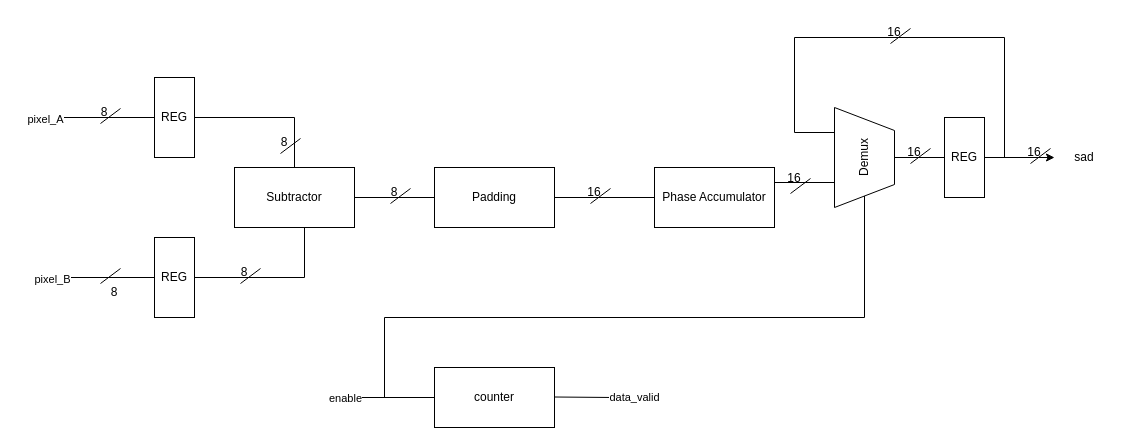
Before: img/Model.drawio in gaiaanastasi/SAD-Image-Calculation, a draw.io diagram. Source tidied: cells renumbered, new cells numbered last; positions are measured from the earlier drawing's top-left corner, leaving out a move shared by most shapes. Both pictures are drawn from the tidied source at 100%, with x=0, y=0 at pixel (34, 17).
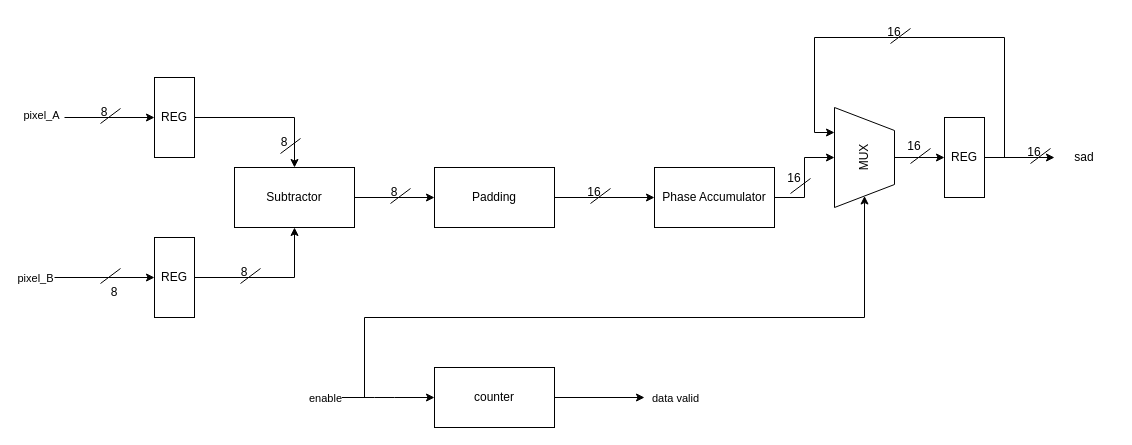
The same diagram, later.

Unchanged cells that the change refers to:
```xml
<mxCell id="4" value="REG" style="rounded=0;whiteSpace=wrap;html=1;" parent="1" vertex="1">
  <mxGeometry x="120" y="60" width="40" height="80" as="geometry" />
</mxCell>
<mxCell id="7" value="REG" style="rounded=0;whiteSpace=wrap;html=1;" parent="1" vertex="1">
  <mxGeometry x="120" y="220" width="40" height="80" as="geometry" />
</mxCell>
<mxCell id="9" value="Subtractor" style="rounded=0;whiteSpace=wrap;html=1;" parent="1" vertex="1">
  <mxGeometry x="200" y="150" width="120" height="60" as="geometry" />
</mxCell>
<mxCell id="11" value="Phase Accumulator" style="rounded=0;whiteSpace=wrap;html=1;" parent="1" vertex="1">
  <mxGeometry x="620" y="150" width="120" height="60" as="geometry" />
</mxCell>
<mxCell id="15" value="REG" style="rounded=0;whiteSpace=wrap;html=1;" parent="1" vertex="1">
  <mxGeometry x="910" y="100" width="40" height="80" as="geometry" />
</mxCell>
<mxCell id="26" value="Padding" style="rounded=0;whiteSpace=wrap;html=1;" parent="1" vertex="1">
  <mxGeometry x="400" y="150" width="120" height="60" as="geometry" />
</mxCell>
<mxCell id="38" value="16" style="text;html=1;strokeColor=none;fillColor=none;align=center;verticalAlign=middle;whiteSpace=wrap;rounded=0;" parent="1" vertex="1">
  <mxGeometry x="970" y="120" width="60" height="30" as="geometry" />
</mxCell>
```

What changed in the source:
```diff
@@
-    <mxCell id="2" style="endArrow=none;html=1;rounded=0;" parent="1" edge="1">
-      <mxGeometry relative="1" as="geometry">
-        <mxPoint y="100" as="sourcePoint" />
-        <mxPoint x="120" y="100" as="targetPoint" />
-      </mxGeometry>
-    </mxCell>
-    <mxCell id="3" value="pixel_A" style="edgeLabel;html=1;align=center;verticalAlign=middle;" parent="2" vertex="1">
-      <mxGeometry x="-0.83" y="-1" relative="1" as="geometry" />
-    </mxCell>
+    <mxCell id="46" style="edgeStyle=orthogonalEdgeStyle;rounded=0;jettySize=auto;html=1;entryX=0.5;entryY=0;entryDx=0;entryDy=0;" parent="1" edge="1" source="4" target="9">
+      <mxGeometry relative="1" as="geometry" />
+    </mxCell>
@@
-    <mxCell id="5" style="endArrow=none;html=1;rounded=0;" parent="1" edge="1">
-      <mxGeometry relative="1" as="geometry">
-        <mxPoint y="260" as="sourcePoint" />
-        <mxPoint x="120" y="260" as="targetPoint" />
-      </mxGeometry>
-    </mxCell>
-    <mxCell id="6" value="pixel_B" style="edgeLabel;html=1;align=center;verticalAlign=middle;" parent="5" vertex="1">
-      <mxGeometry x="-0.72" y="-1" relative="1" as="geometry" />
-    </mxCell>
+    <mxCell id="8" style="edgeStyle=orthogonalEdgeStyle;rounded=0;jettySize=auto;html=1;exitX=1;exitY=0.5;exitDx=0;exitDy=0;entryX=0.5;entryY=1;entryDx=0;entryDy=0;" parent="1" edge="1" source="7" target="9">
+      <mxGeometry relative="1" as="geometry" />
+    </mxCell>
@@
-    <mxCell id="8" style="endArrow=none;html=1;rounded=0;exitX=1;exitY=0.5;exitDx=0;exitDy=0;entryX=0.583;entryY=1;entryDx=0;entryDy=0;entryPerimeter=0;" parent="1" edge="1" source="7" target="9">
-      <mxGeometry relative="1" as="geometry">
-        <Array as="points">
-          <mxPoint x="270" y="260" />
-          <mxPoint x="270" y="210" />
-        </Array>
-      </mxGeometry>
-    </mxCell>
+    <mxCell id="47" style="edgeStyle=orthogonalEdgeStyle;rounded=0;jettySize=auto;html=1;exitX=1;exitY=0.5;exitDx=0;exitDy=0;entryX=0;entryY=0.5;entryDx=0;entryDy=0;" parent="1" edge="1" source="9" target="26">
+      <mxGeometry relative="1" as="geometry" />
+    </mxCell>
@@
-    <mxCell id="10" style="endArrow=none;html=1;rounded=0;exitX=1;exitY=0.5;exitDx=0;exitDy=0;entryX=0;entryY=0.5;entryDx=0;entryDy=0;" parent="1" edge="1" source="9" target="11">
-      <mxGeometry relative="1" as="geometry" />
-    </mxCell>
+    <mxCell id="13" style="edgeStyle=orthogonalEdgeStyle;rounded=0;jettySize=auto;html=1;exitX=1;exitY=0.5;exitDx=0;exitDy=0;" parent="1" edge="1" source="11" target="12">
+      <mxGeometry relative="1" as="geometry" />
+    </mxCell>
@@
+    <mxCell id="48" style="edgeStyle=orthogonalEdgeStyle;rounded=0;jettySize=auto;html=1;exitX=0.5;exitY=1;exitDx=0;exitDy=0;" parent="1" edge="1" source="12" target="15">
+      <mxGeometry relative="1" as="geometry" />
+    </mxCell>
-    <mxCell id="12" value="Demux" style="verticalLabelPosition=middle;verticalAlign=middle;html=1;shape=trapezoid;perimeter=trapezoidPerimeter;whiteSpace=wrap;size=0.23;arcSize=10;flipV=1;labelPosition=center;align=center;rotation=-90;" parent="1" vertex="1">
+    <mxCell id="12" value="MUX" style="verticalLabelPosition=middle;verticalAlign=middle;html=1;shape=trapezoid;perimeter=trapezoidPerimeter;whiteSpace=wrap;size=0.23;arcSize=10;flipV=1;labelPosition=center;align=center;rotation=-90;" parent="1" vertex="1">
       <mxGeometry x="780" y="110" width="100" height="60" as="geometry" />
     </mxCell>
-    <mxCell id="13" style="endArrow=none;html=1;rounded=0;exitX=1;exitY=0.25;exitDx=0;exitDy=0;entryX=0.25;entryY=0;entryDx=0;entryDy=0;" parent="1" edge="1" source="11" target="12">
-      <mxGeometry relative="1" as="geometry" />
-    </mxCell>
-    <mxCell id="14" style="endArrow=none;html=1;rounded=0;entryX=0.5;entryY=1;entryDx=0;entryDy=0;exitX=0;exitY=0.5;exitDx=0;exitDy=0;exitPerimeter=0;" parent="1" edge="1" source="15" target="12">
-      <mxGeometry relative="1" as="geometry" />
-    </mxCell>
@@
-    <mxCell id="17" style="endArrow=none;html=1;rounded=0;entryX=0.75;entryY=0;entryDx=0;entryDy=0;" parent="1" edge="1" target="12">
-      <mxGeometry relative="1" as="geometry">
-        <mxPoint x="970" y="140" as="sourcePoint" />
-        <Array as="points">
-          <mxPoint x="970" y="20" />
-          <mxPoint x="760" y="20" />
-          <mxPoint x="760" y="115" />
-        </Array>
-      </mxGeometry>
-    </mxCell>
@@
+    <mxCell id="49" style="edgeStyle=orthogonalEdgeStyle;rounded=0;jettySize=auto;html=1;exitX=1;exitY=0.5;exitDx=0;exitDy=0;entryX=0;entryY=0.5;entryDx=0;entryDy=0;" parent="1" edge="1" source="26" target="11">
+      <mxGeometry relative="1" as="geometry" />
+    </mxCell>
@@
     <mxCell id="36" value="16" style="text;html=1;strokeColor=none;fillColor=none;align=center;verticalAlign=middle;whiteSpace=wrap;rounded=0;" parent="1" vertex="1">
-      <mxGeometry x="850" y="120" width="60" height="30" as="geometry" />
+      <mxGeometry x="850" y="114" width="60" height="30" as="geometry" />
     </mxCell>
@@
+    <mxCell id="50" style="edgeStyle=orthogonalEdgeStyle;rounded=0;jettySize=auto;html=1;exitX=0;exitY=0.667;exitDx=0;exitDy=0;entryX=0.75;entryY=0;entryDx=0;entryDy=0;exitPerimeter=0;" parent="1" edge="1" source="38" target="12">
+      <mxGeometry relative="1" as="geometry">
+        <Array as="points">
+          <mxPoint x="970" y="20" />
+          <mxPoint x="780" y="20" />
+          <mxPoint x="780" y="115" />
+        </Array>
+      </mxGeometry>
+    </mxCell>
@@
-    <mxCell id="40" style="endArrow=none;html=1;rounded=0;" parent="1" edge="1">
-      <mxGeometry relative="1" as="geometry">
-        <mxPoint x="320" y="380" as="sourcePoint" />
-        <mxPoint x="400" y="380" as="targetPoint" />
-      </mxGeometry>
-    </mxCell>
+    <mxCell id="42" value="counter" style="rounded=0;whiteSpace=wrap;html=1;" parent="1" vertex="1">
+      <mxGeometry x="400" y="350" width="120" height="60" as="geometry" />
+    </mxCell>
+    <mxCell id="51" style="endArrow=classic;html=1;rounded=0;entryX=0;entryY=0.5;entryDx=0;entryDy=0;" parent="1" edge="1" target="42">
+      <mxGeometry relative="1" as="geometry">
+        <mxPoint x="280" y="380" as="sourcePoint" />
+        <Array as="points">
+          <mxPoint x="340" y="380" />
+          <mxPoint x="360" y="380" />
+        </Array>
+      </mxGeometry>
+    </mxCell>
-    <mxCell id="41" value="enable" style="edgeLabel;html=1;align=center;verticalAlign=middle;" parent="40" vertex="1">
-      <mxGeometry x="-0.42" relative="1" as="geometry">
-        <mxPoint x="-33" as="offset" />
+    <mxCell id="41" value="enable" style="edgeLabel;html=1;align=center;verticalAlign=middle;" parent="51" vertex="1">
+      <mxGeometry x="-0.32" y="-2" relative="1" as="geometry">
+        <mxPoint x="-31" y="-2" as="offset" />
       </mxGeometry>
     </mxCell>
-    <mxCell id="42" value="counter" style="rounded=0;whiteSpace=wrap;html=1;" parent="1" vertex="1">
-      <mxGeometry x="400" y="350" width="120" height="60" as="geometry" />
-    </mxCell>
-    <mxCell id="43" style="endArrow=none;html=1;rounded=0;" parent="1" edge="1">
-      <mxGeometry relative="1" as="geometry">
-        <mxPoint x="520" y="379.5" as="sourcePoint" />
-        <mxPoint x="580" y="380" as="targetPoint" />
-      </mxGeometry>
-    </mxCell>
-    <mxCell id="44" value="data_valid" style="edgeLabel;html=1;align=center;verticalAlign=middle;" parent="43" vertex="1">
-      <mxGeometry x="0.67" y="-1" relative="1" as="geometry">
-        <mxPoint x="30" y="-1" as="offset" />
-      </mxGeometry>
-    </mxCell>
-    <mxCell id="45" style="endArrow=none;html=1;rounded=0;entryX=0;entryY=0.5;entryDx=0;entryDy=0;" parent="1" edge="1" target="12">
-      <mxGeometry relative="1" as="geometry">
-        <mxPoint x="350" y="380" as="sourcePoint" />
-        <Array as="points">
-          <mxPoint x="350" y="300" />
-          <mxPoint x="830" y="300" />
-        </Array>
-      </mxGeometry>
-    </mxCell>
-    <mxCell id="46" style="endArrow=none;html=1;rounded=0;entryX=0.5;entryY=0;entryDx=0;entryDy=0;exitX=1;exitY=0.5;exitDx=0;exitDy=0;" parent="1" edge="1" source="4" target="9">
-      <mxGeometry relative="1" as="geometry">
-        <Array as="points">
-          <mxPoint x="260" y="100" />
-        </Array>
-      </mxGeometry>
-    </mxCell>
+    <mxCell id="52" style="endArrow=classic;html=1;rounded=0;exitX=1;exitY=0.5;exitDx=0;exitDy=0;" parent="1" edge="1" source="42">
+      <mxGeometry relative="1" as="geometry">
+        <mxPoint x="610" y="380" as="targetPoint" />
+      </mxGeometry>
+    </mxCell>
+    <mxCell id="53" value="data valid" style="edgeLabel;html=1;align=center;verticalAlign=middle;" parent="52" vertex="1">
+      <mxGeometry x="0.33" y="-1" relative="1" as="geometry">
+        <mxPoint x="60" y="-1" as="offset" />
+      </mxGeometry>
+    </mxCell>
+    <mxCell id="54" style="endArrow=classic;html=1;rounded=0;" parent="1" edge="1" target="12">
+      <mxGeometry relative="1" as="geometry">
+        <mxPoint x="330" y="380" as="sourcePoint" />
+        <Array as="points">
+          <mxPoint x="330" y="300" />
+          <mxPoint x="830" y="300" />
+        </Array>
+      </mxGeometry>
+    </mxCell>
+    <mxCell id="55" style="endArrow=classic;html=1;rounded=0;entryX=0;entryY=0.5;entryDx=0;entryDy=0;" parent="1" edge="1" target="7">
+      <mxGeometry relative="1" as="geometry">
+        <mxPoint x="20" y="260" as="sourcePoint" />
+      </mxGeometry>
+    </mxCell>
+    <mxCell id="6" value="pixel_B" style="edgeLabel;html=1;align=center;verticalAlign=middle;" parent="55" vertex="1">
+      <mxGeometry x="-0.32" y="-2" relative="1" as="geometry">
+        <mxPoint x="-54" y="-2" as="offset" />
+      </mxGeometry>
+    </mxCell>
+    <mxCell id="56" style="endArrow=classic;html=1;rounded=0;entryX=0;entryY=0.5;entryDx=0;entryDy=0;" parent="1" edge="1" target="4">
+      <mxGeometry relative="1" as="geometry">
+        <mxPoint x="30" y="100" as="sourcePoint" />
+      </mxGeometry>
+    </mxCell>
+    <mxCell id="3" value="pixel_A" style="edgeLabel;html=1;align=center;verticalAlign=middle;" parent="56" vertex="1">
+      <mxGeometry x="-0.8" y="3" relative="1" as="geometry">
+        <mxPoint x="-33" as="offset" />
+      </mxGeometry>
+    </mxCell>
```
